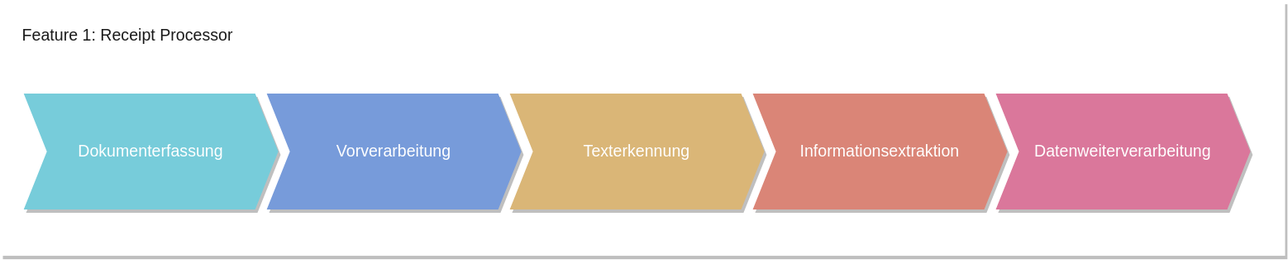
Above: documentation/diagrams/feature1_process.svg in feedme-foodapp/receipt-processor (draw.io), before the change. Source tidied: cells renumbered, new cells last; positions are measured from the earlier drawing's top-left corner, leaving out a move shared by most shapes. The source it was exported from:
```xml
<mxGraphModel>
  <root>
    <mxCell id="0" />
    <mxCell id="1" parent="0" />
    <mxCell id="2" style="rounded=0;whiteSpace=wrap;html=1;shadow=1;fontSize=14;strokeColor=none;" parent="1" vertex="1">
      <mxGeometry width="1110" height="220" as="geometry" />
    </mxCell>
    <mxCell id="3" value="&lt;span style=&quot;font-size: 14px ; line-height: 1.2&quot;&gt;&lt;font color=&quot;#ffffff&quot;&gt;Dokumenterfassung&lt;/font&gt;&lt;br&gt;&lt;/span&gt;" style="shape=step;perimeter=stepPerimeter;whiteSpace=wrap;html=1;fixedSize=1;shadow=1;strokeColor=none;fillColor=#77CCDA;" parent="1" vertex="1">
      <mxGeometry x="20" y="80" width="220" height="100" as="geometry" />
    </mxCell>
    <mxCell id="4" value="&lt;span style=&quot;font-size: 14px ; line-height: 1.2&quot;&gt;&lt;font color=&quot;#ffffff&quot;&gt;Vorverarbeitung&lt;/font&gt;&lt;br&gt;&lt;/span&gt;" style="shape=step;perimeter=stepPerimeter;whiteSpace=wrap;html=1;fixedSize=1;shadow=1;strokeColor=none;fillColor=#779BDA;" parent="1" vertex="1">
      <mxGeometry x="230" y="80" width="220" height="100" as="geometry" />
    </mxCell>
    <mxCell id="5" value="&lt;span style=&quot;font-size: 14px ; line-height: 1.2&quot;&gt;&lt;font color=&quot;#ffffff&quot;&gt;Texterkennung&lt;/font&gt;&lt;br&gt;&lt;/span&gt;" style="shape=step;perimeter=stepPerimeter;whiteSpace=wrap;html=1;fixedSize=1;shadow=1;strokeColor=none;fillColor=#DAB677;" parent="1" vertex="1">
      <mxGeometry x="440" y="80" width="220" height="100" as="geometry" />
    </mxCell>
    <mxCell id="6" value="&lt;span style=&quot;font-size: 14px ; line-height: 1.2&quot;&gt;&lt;font color=&quot;#ffffff&quot;&gt;Informationsextraktion&lt;/font&gt;&lt;br&gt;&lt;/span&gt;" style="shape=step;perimeter=stepPerimeter;whiteSpace=wrap;html=1;fixedSize=1;shadow=1;strokeColor=none;fillColor=#DA8577;" parent="1" vertex="1">
      <mxGeometry x="650" y="80" width="220" height="100" as="geometry" />
    </mxCell>
    <mxCell id="7" value="&lt;span style=&quot;font-size: 14px ; line-height: 1.2&quot;&gt;&lt;font color=&quot;#ffffff&quot;&gt;Datenweiterverarbeitung&lt;/font&gt;&lt;br&gt;&lt;/span&gt;" style="shape=step;perimeter=stepPerimeter;whiteSpace=wrap;html=1;fixedSize=1;shadow=1;strokeColor=none;fillColor=#DA779B;" parent="1" vertex="1">
      <mxGeometry x="860" y="80" width="220" height="100" as="geometry" />
    </mxCell>
    <mxCell id="8" value="&lt;font style=&quot;font-size: 14px&quot;&gt;Feature 1: Receipt Processor&lt;/font&gt;" style="text;html=1;strokeColor=none;fillColor=none;align=center;verticalAlign=middle;whiteSpace=wrap;rounded=0;shadow=1;fontColor=#1A1A1A;" parent="1" vertex="1">
      <mxGeometry width="220" height="60" as="geometry" />
    </mxCell>
  </root>
</mxGraphModel>
```
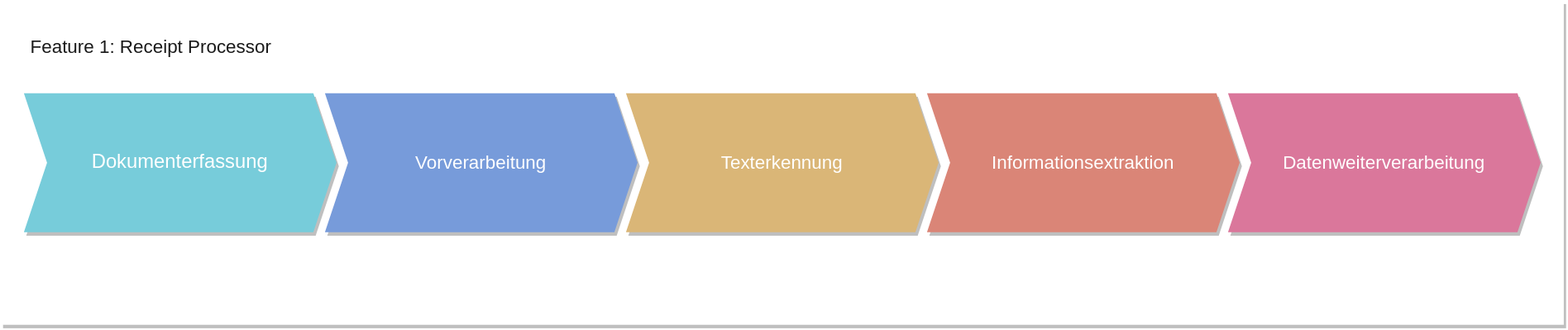
After the commit.

Change to the diagram source:
```diff
@@ -3,25 +3,25 @@
     <mxCell id="0" />
     <mxCell id="1" parent="0" />
     <mxCell id="2" style="rounded=0;whiteSpace=wrap;html=1;shadow=1;fontSize=14;strokeColor=none;" parent="1" vertex="1">
-      <mxGeometry width="1110" height="220" as="geometry" />
+      <mxGeometry width="1350" height="280" as="geometry" />
     </mxCell>
-    <mxCell id="3" value="&lt;span style=&quot;font-size: 14px ; line-height: 1.2&quot;&gt;&lt;font color=&quot;#ffffff&quot;&gt;Dokumenterfassung&lt;/font&gt;&lt;br&gt;&lt;/span&gt;" style="shape=step;perimeter=stepPerimeter;whiteSpace=wrap;html=1;fixedSize=1;shadow=1;strokeColor=none;fillColor=#77CCDA;" parent="1" vertex="1">
-      <mxGeometry x="20" y="80" width="220" height="100" as="geometry" />
+    <mxCell id="3" value="&lt;span style=&quot;line-height: 1.2&quot;&gt;&lt;font color=&quot;#ffffff&quot; style=&quot;font-size: 17px&quot;&gt;Dokumenterfassung&lt;/font&gt;&lt;br&gt;&lt;/span&gt;" style="shape=step;perimeter=stepPerimeter;whiteSpace=wrap;html=1;fixedSize=1;shadow=1;strokeColor=none;fillColor=#77CCDA;" parent="1" vertex="1">
+      <mxGeometry x="20" y="80" width="270" height="120" as="geometry" />
     </mxCell>
-    <mxCell id="4" value="&lt;span style=&quot;font-size: 14px ; line-height: 1.2&quot;&gt;&lt;font color=&quot;#ffffff&quot;&gt;Vorverarbeitung&lt;/font&gt;&lt;br&gt;&lt;/span&gt;" style="shape=step;perimeter=stepPerimeter;whiteSpace=wrap;html=1;fixedSize=1;shadow=1;strokeColor=none;fillColor=#779BDA;" parent="1" vertex="1">
-      <mxGeometry x="230" y="80" width="220" height="100" as="geometry" />
+    <mxCell id="4" value="&lt;span style=&quot;line-height: 1.2&quot;&gt;&lt;font color=&quot;#ffffff&quot; style=&quot;font-size: 16px&quot;&gt;Vorverarbeitung&lt;/font&gt;&lt;br&gt;&lt;/span&gt;" style="shape=step;perimeter=stepPerimeter;whiteSpace=wrap;html=1;fixedSize=1;shadow=1;strokeColor=none;fillColor=#779BDA;" parent="1" vertex="1">
+      <mxGeometry x="280" y="80" width="270" height="120" as="geometry" />
     </mxCell>
-    <mxCell id="5" value="&lt;span style=&quot;font-size: 14px ; line-height: 1.2&quot;&gt;&lt;font color=&quot;#ffffff&quot;&gt;Texterkennung&lt;/font&gt;&lt;br&gt;&lt;/span&gt;" style="shape=step;perimeter=stepPerimeter;whiteSpace=wrap;html=1;fixedSize=1;shadow=1;strokeColor=none;fillColor=#DAB677;" parent="1" vertex="1">
-      <mxGeometry x="440" y="80" width="220" height="100" as="geometry" />
+    <mxCell id="5" value="&lt;span style=&quot;line-height: 1.2&quot;&gt;&lt;font color=&quot;#ffffff&quot; style=&quot;font-size: 16px&quot;&gt;Texterkennung&lt;/font&gt;&lt;br&gt;&lt;/span&gt;" style="shape=step;perimeter=stepPerimeter;whiteSpace=wrap;html=1;fixedSize=1;shadow=1;strokeColor=none;fillColor=#DAB677;" parent="1" vertex="1">
+      <mxGeometry x="540" y="80" width="270" height="120" as="geometry" />
     </mxCell>
-    <mxCell id="6" value="&lt;span style=&quot;font-size: 14px ; line-height: 1.2&quot;&gt;&lt;font color=&quot;#ffffff&quot;&gt;Informationsextraktion&lt;/font&gt;&lt;br&gt;&lt;/span&gt;" style="shape=step;perimeter=stepPerimeter;whiteSpace=wrap;html=1;fixedSize=1;shadow=1;strokeColor=none;fillColor=#DA8577;" parent="1" vertex="1">
-      <mxGeometry x="650" y="80" width="220" height="100" as="geometry" />
+    <mxCell id="6" value="&lt;span style=&quot;line-height: 1.2&quot;&gt;&lt;font color=&quot;#ffffff&quot; style=&quot;font-size: 16px&quot;&gt;Informationsextraktion&lt;/font&gt;&lt;br&gt;&lt;/span&gt;" style="shape=step;perimeter=stepPerimeter;whiteSpace=wrap;html=1;fixedSize=1;shadow=1;strokeColor=none;fillColor=#DA8577;" parent="1" vertex="1">
+      <mxGeometry x="800" y="80" width="270" height="120" as="geometry" />
     </mxCell>
-    <mxCell id="7" value="&lt;span style=&quot;font-size: 14px ; line-height: 1.2&quot;&gt;&lt;font color=&quot;#ffffff&quot;&gt;Datenweiterverarbeitung&lt;/font&gt;&lt;br&gt;&lt;/span&gt;" style="shape=step;perimeter=stepPerimeter;whiteSpace=wrap;html=1;fixedSize=1;shadow=1;strokeColor=none;fillColor=#DA779B;" parent="1" vertex="1">
-      <mxGeometry x="860" y="80" width="220" height="100" as="geometry" />
+    <mxCell id="7" value="&lt;span style=&quot;line-height: 1.2&quot;&gt;&lt;font color=&quot;#ffffff&quot; style=&quot;font-size: 16px&quot;&gt;Datenweiterverarbeitung&lt;/font&gt;&lt;br&gt;&lt;/span&gt;" style="shape=step;perimeter=stepPerimeter;whiteSpace=wrap;html=1;fixedSize=1;shadow=1;strokeColor=none;fillColor=#DA779B;" parent="1" vertex="1">
+      <mxGeometry x="1060" y="80" width="270" height="120" as="geometry" />
     </mxCell>
-    <mxCell id="8" value="&lt;font style=&quot;font-size: 14px&quot;&gt;Feature 1: Receipt Processor&lt;/font&gt;" style="text;html=1;strokeColor=none;fillColor=none;align=center;verticalAlign=middle;whiteSpace=wrap;rounded=0;shadow=1;fontColor=#1A1A1A;" parent="1" vertex="1">
-      <mxGeometry width="220" height="60" as="geometry" />
+    <mxCell id="8" value="&lt;font style=&quot;font-size: 16px&quot;&gt;Feature 1: Receipt Processor&lt;/font&gt;" style="text;html=1;strokeColor=none;fillColor=none;align=center;verticalAlign=middle;whiteSpace=wrap;rounded=0;shadow=1;fontColor=#1A1A1A;" parent="1" vertex="1">
+      <mxGeometry x="20" y="10" width="220" height="60" as="geometry" />
     </mxCell>
   </root>
 </mxGraphModel>
```
